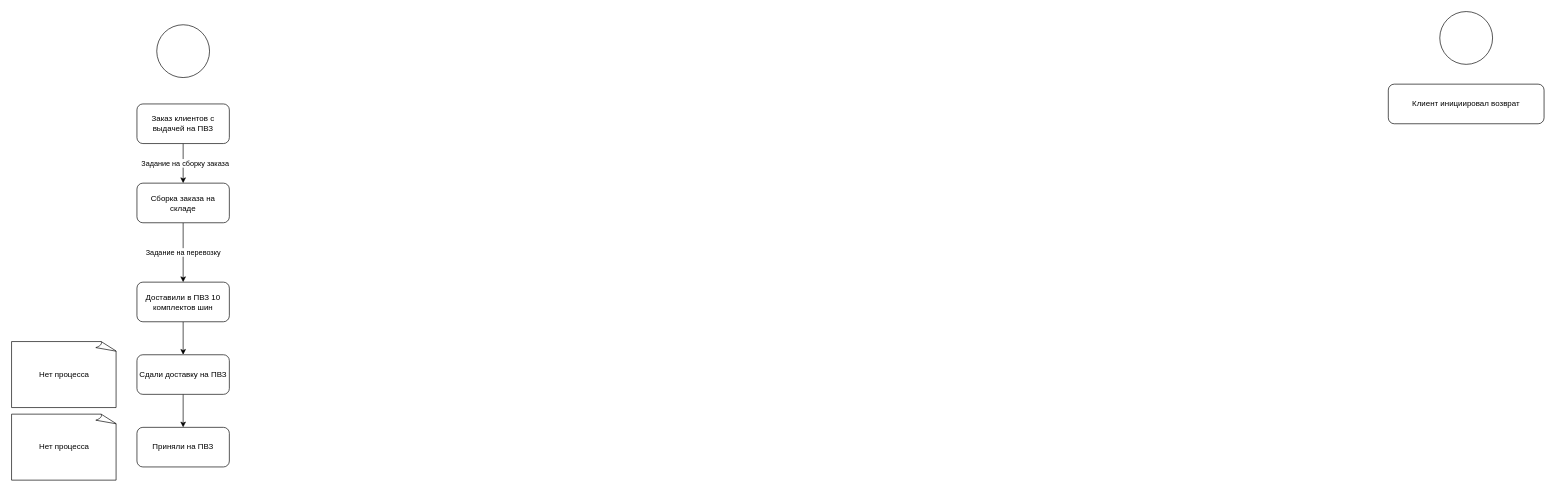
Above: Возврат товара из ПВЗ.drawio in iLimberg/BlackTyres (draw.io), before the change. Source tidied: cells renumbered, new cells numbered last; positions are measured from the earlier drawing's top-left corner, leaving out a move shared by most shapes. Both pictures are drawn from the tidied source at 66%, with x=0, y=0 at pixel (11, 11).
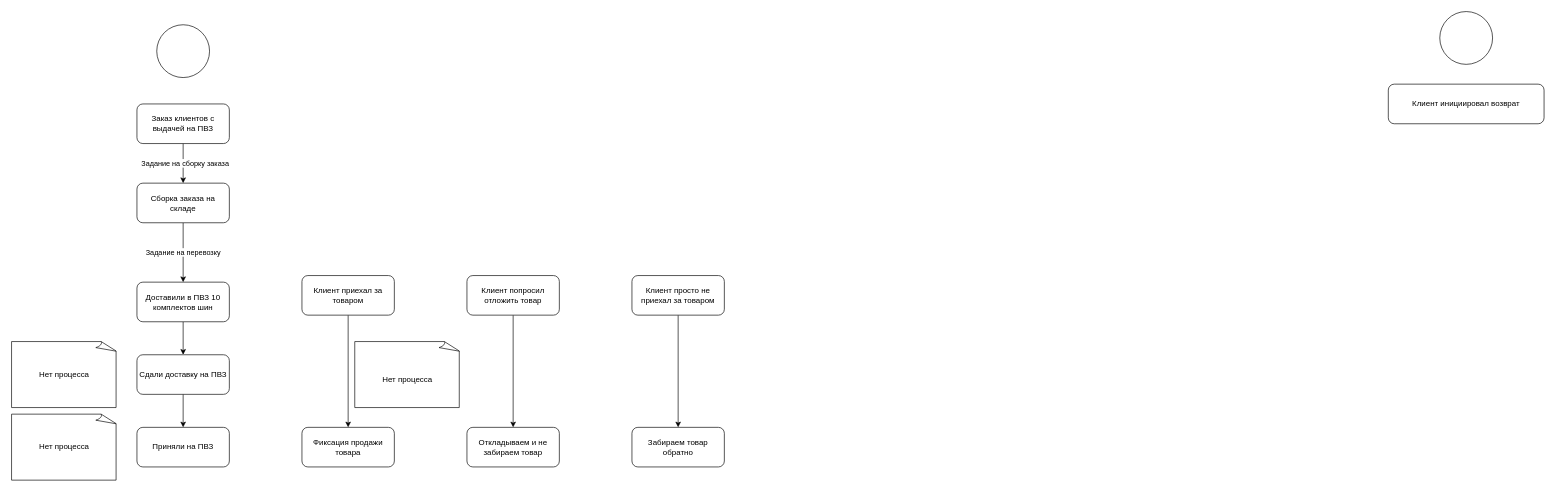
Above is the later version.

Change to the diagram source:
```diff
@@
+    <mxCell id="17" value="Фиксация продажи товара" style="rounded=1;whiteSpace=wrap;html=1;" parent="1" vertex="1">
+      <mxGeometry x="440" y="630" width="140" height="60" as="geometry" />
+    </mxCell>
+    <mxCell id="18" value="&lt;div&gt;&lt;br&gt;&lt;/div&gt;Нет процесса" style="whiteSpace=wrap;html=1;shape=mxgraph.basic.document;" parent="1" vertex="1">
+      <mxGeometry x="520" y="500" width="160" height="100" as="geometry" />
+    </mxCell>
+    <mxCell id="19" style="edgeStyle=orthogonalEdgeStyle;rounded=0;jettySize=auto;html=1;" parent="1" edge="1" source="20" target="17">
+      <mxGeometry relative="1" as="geometry" />
+    </mxCell>
+    <mxCell id="20" value="Клиент приехал за товаром" style="rounded=1;whiteSpace=wrap;html=1;" parent="1" vertex="1">
+      <mxGeometry x="440" y="400" width="140" height="60" as="geometry" />
+    </mxCell>
+    <mxCell id="21" style="edgeStyle=orthogonalEdgeStyle;rounded=0;jettySize=auto;html=1;" parent="1" edge="1" source="22" target="26">
+      <mxGeometry relative="1" as="geometry" />
+    </mxCell>
+    <mxCell id="22" value="Клиент попросил отложить товар" style="rounded=1;whiteSpace=wrap;html=1;" parent="1" vertex="1">
+      <mxGeometry x="690" y="400" width="140" height="60" as="geometry" />
+    </mxCell>
+    <mxCell id="23" style="edgeStyle=orthogonalEdgeStyle;rounded=0;jettySize=auto;html=1;entryX=0.5;entryY=0;entryDx=0;entryDy=0;" parent="1" edge="1" source="24" target="25">
+      <mxGeometry relative="1" as="geometry" />
+    </mxCell>
+    <mxCell id="24" value="Клиент просто не приехал за товаром" style="rounded=1;whiteSpace=wrap;html=1;" parent="1" vertex="1">
+      <mxGeometry x="940" y="400" width="140" height="60" as="geometry" />
+    </mxCell>
+    <mxCell id="25" value="Забираем товар обратно" style="rounded=1;whiteSpace=wrap;html=1;" parent="1" vertex="1">
+      <mxGeometry x="940" y="630" width="140" height="60" as="geometry" />
+    </mxCell>
+    <mxCell id="26" value="Откладываем и не забираем товар" style="rounded=1;whiteSpace=wrap;html=1;" parent="1" vertex="1">
+      <mxGeometry x="690" y="630" width="140" height="60" as="geometry" />
+    </mxCell>
```
